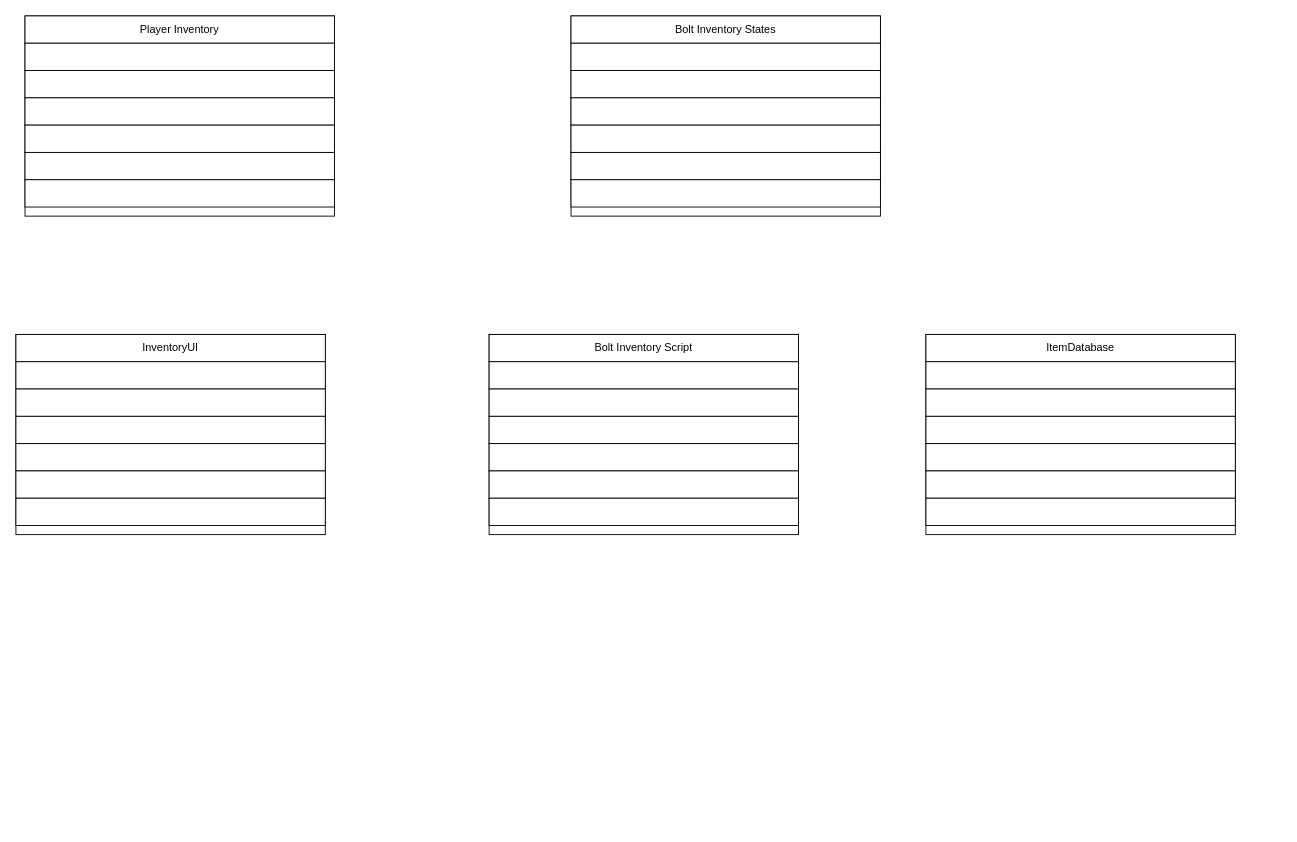
relicright/Unity keeps this draw.io diagram as InventorySystem.drawio. Above is the earlier version. Source tidied: cells renumbered, new cells numbered last; positions are measured from the earlier drawing's top-left corner, leaving out a move shared by most shapes. Both pictures are drawn from the tidied source at 91%, with x=0, y=0 at pixel (15, 15).
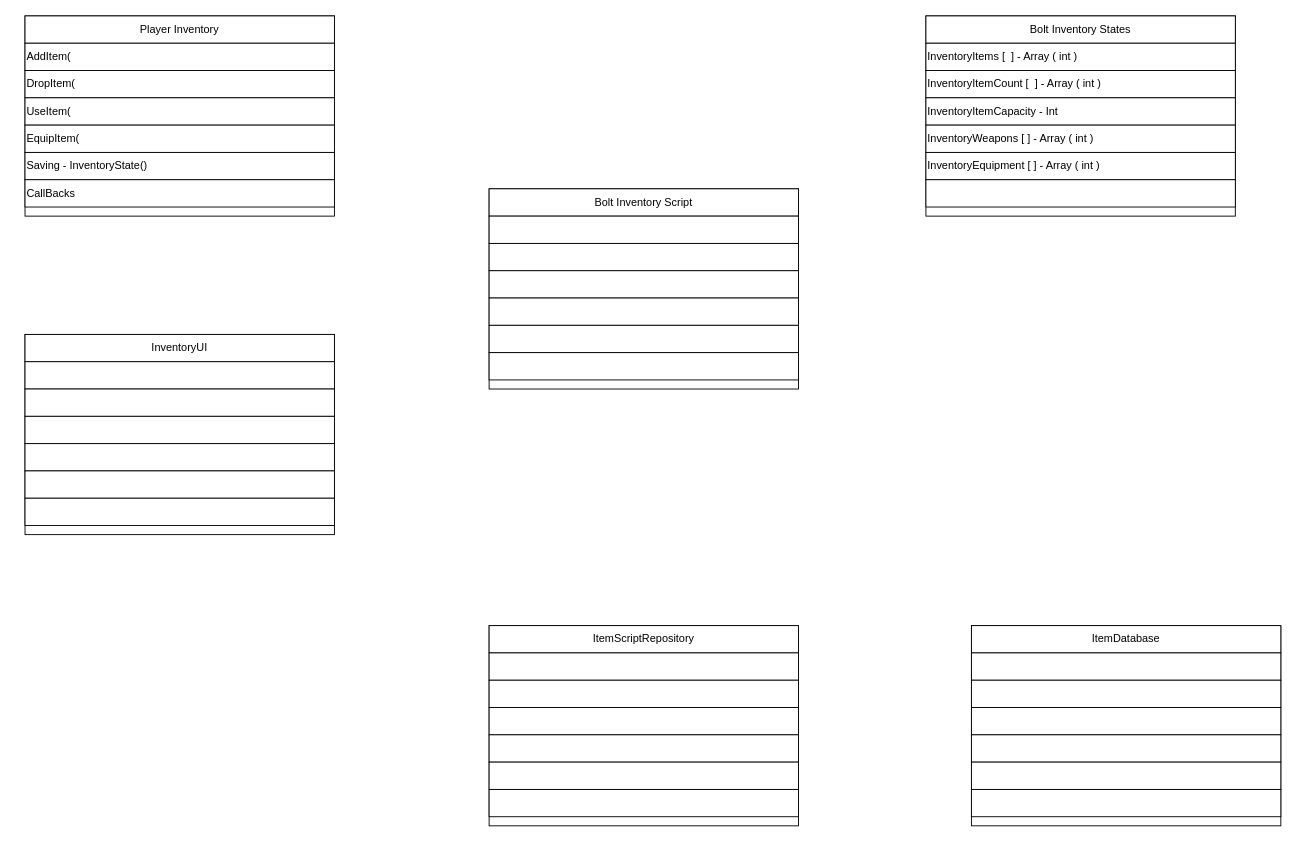
The same page after the edit.

What changed in the source:
```diff
@@
     <mxCell id="2" style="rounded=0;whiteSpace=wrap;html=1;" parent="1" vertex="1">
-      <mxGeometry x="610" width="340" height="220" as="geometry" />
+      <mxGeometry x="1000" width="340" height="220" as="geometry" />
     </mxCell>
     <mxCell id="3" value="Bolt Inventory States" style="rounded=0;whiteSpace=wrap;html=1;" parent="1" vertex="1">
-      <mxGeometry x="610" width="340" height="30" as="geometry" />
+      <mxGeometry x="1000" width="340" height="30" as="geometry" />
     </mxCell>
-    <mxCell id="4" style="rounded=0;whiteSpace=wrap;html=1;" parent="1" vertex="1">
-      <mxGeometry x="610" y="30" width="340" height="30" as="geometry" />
+    <mxCell id="4" value="InventoryItems [&amp;nbsp; ] - Array ( int )" style="rounded=0;whiteSpace=wrap;html=1;align=left;" parent="1" vertex="1">
+      <mxGeometry x="1000" y="30" width="340" height="30" as="geometry" />
     </mxCell>
-    <mxCell id="5" style="rounded=0;whiteSpace=wrap;html=1;" parent="1" vertex="1">
-      <mxGeometry x="610" y="60" width="340" height="30" as="geometry" />
+    <mxCell id="5" value="InventoryItemCount [&amp;nbsp; ] - Array ( int )" style="rounded=0;whiteSpace=wrap;html=1;align=left;" parent="1" vertex="1">
+      <mxGeometry x="1000" y="60" width="340" height="30" as="geometry" />
     </mxCell>
-    <mxCell id="6" style="rounded=0;whiteSpace=wrap;html=1;" parent="1" vertex="1">
-      <mxGeometry x="610" y="90" width="340" height="30" as="geometry" />
+    <mxCell id="6" value="InventoryItemCapacity - Int" style="rounded=0;whiteSpace=wrap;html=1;align=left;" parent="1" vertex="1">
+      <mxGeometry x="1000" y="90" width="340" height="30" as="geometry" />
     </mxCell>
-    <mxCell id="7" style="rounded=0;whiteSpace=wrap;html=1;" parent="1" vertex="1">
-      <mxGeometry x="610" y="120" width="340" height="30" as="geometry" />
+    <mxCell id="7" value="InventoryWeapons [ ] - Array ( int )" style="rounded=0;whiteSpace=wrap;html=1;align=left;" parent="1" vertex="1">
+      <mxGeometry x="1000" y="120" width="340" height="30" as="geometry" />
     </mxCell>
-    <mxCell id="8" style="rounded=0;whiteSpace=wrap;html=1;" parent="1" vertex="1">
-      <mxGeometry x="610" y="150" width="340" height="30" as="geometry" />
+    <mxCell id="8" value="InventoryEquipment [ ] - Array ( int )" style="rounded=0;whiteSpace=wrap;html=1;align=left;" parent="1" vertex="1">
+      <mxGeometry x="1000" y="150" width="340" height="30" as="geometry" />
     </mxCell>
-    <mxCell id="9" style="rounded=0;whiteSpace=wrap;html=1;" parent="1" vertex="1">
-      <mxGeometry x="610" y="180" width="340" height="30" as="geometry" />
+    <mxCell id="9" style="rounded=0;whiteSpace=wrap;html=1;align=left;" parent="1" vertex="1">
+      <mxGeometry x="1000" y="180" width="340" height="30" as="geometry" />
     </mxCell>
@@
-    <mxCell id="12" style="rounded=0;whiteSpace=wrap;html=1;" parent="1" vertex="1">
+    <mxCell id="12" value="AddItem(" style="rounded=0;whiteSpace=wrap;html=1;align=left;verticalAlign=middle;" parent="1" vertex="1">
       <mxGeometry x="10" y="30" width="340" height="30" as="geometry" />
     </mxCell>
-    <mxCell id="13" style="rounded=0;whiteSpace=wrap;html=1;" parent="1" vertex="1">
+    <mxCell id="13" value="DropItem(" style="rounded=0;whiteSpace=wrap;html=1;align=left;verticalAlign=middle;" parent="1" vertex="1">
       <mxGeometry x="10" y="60" width="340" height="30" as="geometry" />
     </mxCell>
-    <mxCell id="14" style="rounded=0;whiteSpace=wrap;html=1;" parent="1" vertex="1">
+    <mxCell id="14" value="UseItem(" style="rounded=0;whiteSpace=wrap;html=1;align=left;verticalAlign=middle;" parent="1" vertex="1">
       <mxGeometry x="10" y="90" width="340" height="30" as="geometry" />
     </mxCell>
-    <mxCell id="15" style="rounded=0;whiteSpace=wrap;html=1;" parent="1" vertex="1">
+    <mxCell id="15" value="EquipItem(" style="rounded=0;whiteSpace=wrap;html=1;align=left;verticalAlign=middle;" parent="1" vertex="1">
       <mxGeometry x="10" y="120" width="340" height="30" as="geometry" />
     </mxCell>
-    <mxCell id="16" style="rounded=0;whiteSpace=wrap;html=1;" parent="1" vertex="1">
+    <mxCell id="16" value="Saving - InventoryState()" style="rounded=0;whiteSpace=wrap;html=1;align=left;verticalAlign=middle;" parent="1" vertex="1">
       <mxGeometry x="10" y="150" width="340" height="30" as="geometry" />
     </mxCell>
-    <mxCell id="17" style="rounded=0;whiteSpace=wrap;html=1;" parent="1" vertex="1">
+    <mxCell id="17" value="CallBacks" style="rounded=0;whiteSpace=wrap;html=1;align=left;verticalAlign=middle;" parent="1" vertex="1">
       <mxGeometry x="10" y="180" width="340" height="30" as="geometry" />
     </mxCell>
     <mxCell id="18" style="rounded=0;whiteSpace=wrap;html=1;" parent="1" vertex="1">
-      <mxGeometry y="350" width="340" height="220" as="geometry" />
+      <mxGeometry x="10" y="350" width="340" height="220" as="geometry" />
     </mxCell>
     <mxCell id="19" value="InventoryUI" style="rounded=0;whiteSpace=wrap;html=1;" parent="1" vertex="1">
-      <mxGeometry y="350" width="340" height="30" as="geometry" />
+      <mxGeometry x="10" y="350" width="340" height="30" as="geometry" />
     </mxCell>
     <mxCell id="20" style="rounded=0;whiteSpace=wrap;html=1;" parent="1" vertex="1">
-      <mxGeometry y="380" width="340" height="30" as="geometry" />
+      <mxGeometry x="10" y="380" width="340" height="30" as="geometry" />
     </mxCell>
     <mxCell id="21" style="rounded=0;whiteSpace=wrap;html=1;" parent="1" vertex="1">
-      <mxGeometry y="410" width="340" height="30" as="geometry" />
+      <mxGeometry x="10" y="410" width="340" height="30" as="geometry" />
     </mxCell>
     <mxCell id="22" style="rounded=0;whiteSpace=wrap;html=1;" parent="1" vertex="1">
-      <mxGeometry y="440" width="340" height="30" as="geometry" />
+      <mxGeometry x="10" y="440" width="340" height="30" as="geometry" />
     </mxCell>
     <mxCell id="23" style="rounded=0;whiteSpace=wrap;html=1;" parent="1" vertex="1">
-      <mxGeometry y="470" width="340" height="30" as="geometry" />
+      <mxGeometry x="10" y="470" width="340" height="30" as="geometry" />
     </mxCell>
     <mxCell id="24" style="rounded=0;whiteSpace=wrap;html=1;" parent="1" vertex="1">
-      <mxGeometry y="500" width="340" height="30" as="geometry" />
+      <mxGeometry x="10" y="500" width="340" height="30" as="geometry" />
     </mxCell>
     <mxCell id="25" style="rounded=0;whiteSpace=wrap;html=1;" parent="1" vertex="1">
-      <mxGeometry y="530" width="340" height="30" as="geometry" />
+      <mxGeometry x="10" y="530" width="340" height="30" as="geometry" />
     </mxCell>
     <mxCell id="26" style="rounded=0;whiteSpace=wrap;html=1;" parent="1" vertex="1">
-      <mxGeometry x="520" y="350" width="340" height="220" as="geometry" />
+      <mxGeometry x="520" y="190" width="340" height="220" as="geometry" />
     </mxCell>
     <mxCell id="27" value="Bolt Inventory Script" style="rounded=0;whiteSpace=wrap;html=1;" parent="1" vertex="1">
-      <mxGeometry x="520" y="350" width="340" height="30" as="geometry" />
+      <mxGeometry x="520" y="190" width="340" height="30" as="geometry" />
     </mxCell>
     <mxCell id="28" style="rounded=0;whiteSpace=wrap;html=1;" parent="1" vertex="1">
-      <mxGeometry x="520" y="380" width="340" height="30" as="geometry" />
+      <mxGeometry x="520" y="220" width="340" height="30" as="geometry" />
     </mxCell>
     <mxCell id="29" style="rounded=0;whiteSpace=wrap;html=1;" parent="1" vertex="1">
-      <mxGeometry x="520" y="410" width="340" height="30" as="geometry" />
+      <mxGeometry x="520" y="250" width="340" height="30" as="geometry" />
     </mxCell>
     <mxCell id="30" style="rounded=0;whiteSpace=wrap;html=1;" parent="1" vertex="1">
-      <mxGeometry x="520" y="440" width="340" height="30" as="geometry" />
+      <mxGeometry x="520" y="280" width="340" height="30" as="geometry" />
     </mxCell>
     <mxCell id="31" style="rounded=0;whiteSpace=wrap;html=1;" parent="1" vertex="1">
-      <mxGeometry x="520" y="470" width="340" height="30" as="geometry" />
+      <mxGeometry x="520" y="310" width="340" height="30" as="geometry" />
     </mxCell>
     <mxCell id="32" style="rounded=0;whiteSpace=wrap;html=1;" parent="1" vertex="1">
-      <mxGeometry x="520" y="500" width="340" height="30" as="geometry" />
+      <mxGeometry x="520" y="340" width="340" height="30" as="geometry" />
     </mxCell>
     <mxCell id="33" style="rounded=0;whiteSpace=wrap;html=1;" parent="1" vertex="1">
-      <mxGeometry x="520" y="530" width="340" height="30" as="geometry" />
+      <mxGeometry x="520" y="370" width="340" height="30" as="geometry" />
     </mxCell>
     <mxCell id="34" style="rounded=0;whiteSpace=wrap;html=1;" parent="1" vertex="1">
-      <mxGeometry x="1000" y="350" width="340" height="220" as="geometry" />
+      <mxGeometry x="1050" y="670" width="340" height="220" as="geometry" />
     </mxCell>
     <mxCell id="35" value="ItemDatabase" style="rounded=0;whiteSpace=wrap;html=1;" parent="1" vertex="1">
-      <mxGeometry x="1000" y="350" width="340" height="30" as="geometry" />
+      <mxGeometry x="1050" y="670" width="340" height="30" as="geometry" />
     </mxCell>
     <mxCell id="36" style="rounded=0;whiteSpace=wrap;html=1;" parent="1" vertex="1">
-      <mxGeometry x="1000" y="380" width="340" height="30" as="geometry" />
+      <mxGeometry x="1050" y="700" width="340" height="30" as="geometry" />
     </mxCell>
     <mxCell id="37" style="rounded=0;whiteSpace=wrap;html=1;" parent="1" vertex="1">
-      <mxGeometry x="1000" y="410" width="340" height="30" as="geometry" />
+      <mxGeometry x="1050" y="730" width="340" height="30" as="geometry" />
     </mxCell>
     <mxCell id="38" style="rounded=0;whiteSpace=wrap;html=1;" parent="1" vertex="1">
-      <mxGeometry x="1000" y="440" width="340" height="30" as="geometry" />
+      <mxGeometry x="1050" y="760" width="340" height="30" as="geometry" />
     </mxCell>
     <mxCell id="39" style="rounded=0;whiteSpace=wrap;html=1;" parent="1" vertex="1">
-      <mxGeometry x="1000" y="470" width="340" height="30" as="geometry" />
+      <mxGeometry x="1050" y="790" width="340" height="30" as="geometry" />
     </mxCell>
     <mxCell id="40" style="rounded=0;whiteSpace=wrap;html=1;" parent="1" vertex="1">
-      <mxGeometry x="1000" y="500" width="340" height="30" as="geometry" />
+      <mxGeometry x="1050" y="820" width="340" height="30" as="geometry" />
     </mxCell>
     <mxCell id="41" style="rounded=0;whiteSpace=wrap;html=1;" parent="1" vertex="1">
-      <mxGeometry x="1000" y="530" width="340" height="30" as="geometry" />
+      <mxGeometry x="1050" y="850" width="340" height="30" as="geometry" />
     </mxCell>
+    <mxCell id="42" style="rounded=0;whiteSpace=wrap;html=1;" parent="1" vertex="1">
+      <mxGeometry x="520" y="670" width="340" height="220" as="geometry" />
+    </mxCell>
+    <mxCell id="43" value="ItemScriptRepository" style="rounded=0;whiteSpace=wrap;html=1;" parent="1" vertex="1">
+      <mxGeometry x="520" y="670" width="340" height="30" as="geometry" />
+    </mxCell>
+    <mxCell id="44" style="rounded=0;whiteSpace=wrap;html=1;" parent="1" vertex="1">
+      <mxGeometry x="520" y="700" width="340" height="30" as="geometry" />
+    </mxCell>
+    <mxCell id="45" style="rounded=0;whiteSpace=wrap;html=1;" parent="1" vertex="1">
+      <mxGeometry x="520" y="730" width="340" height="30" as="geometry" />
+    </mxCell>
+    <mxCell id="46" style="rounded=0;whiteSpace=wrap;html=1;" parent="1" vertex="1">
+      <mxGeometry x="520" y="760" width="340" height="30" as="geometry" />
+    </mxCell>
+    <mxCell id="47" style="rounded=0;whiteSpace=wrap;html=1;" parent="1" vertex="1">
+      <mxGeometry x="520" y="790" width="340" height="30" as="geometry" />
+    </mxCell>
+    <mxCell id="48" style="rounded=0;whiteSpace=wrap;html=1;" parent="1" vertex="1">
+      <mxGeometry x="520" y="820" width="340" height="30" as="geometry" />
+    </mxCell>
+    <mxCell id="49" style="rounded=0;whiteSpace=wrap;html=1;" parent="1" vertex="1">
+      <mxGeometry x="520" y="850" width="340" height="30" as="geometry" />
+    </mxCell>
```
